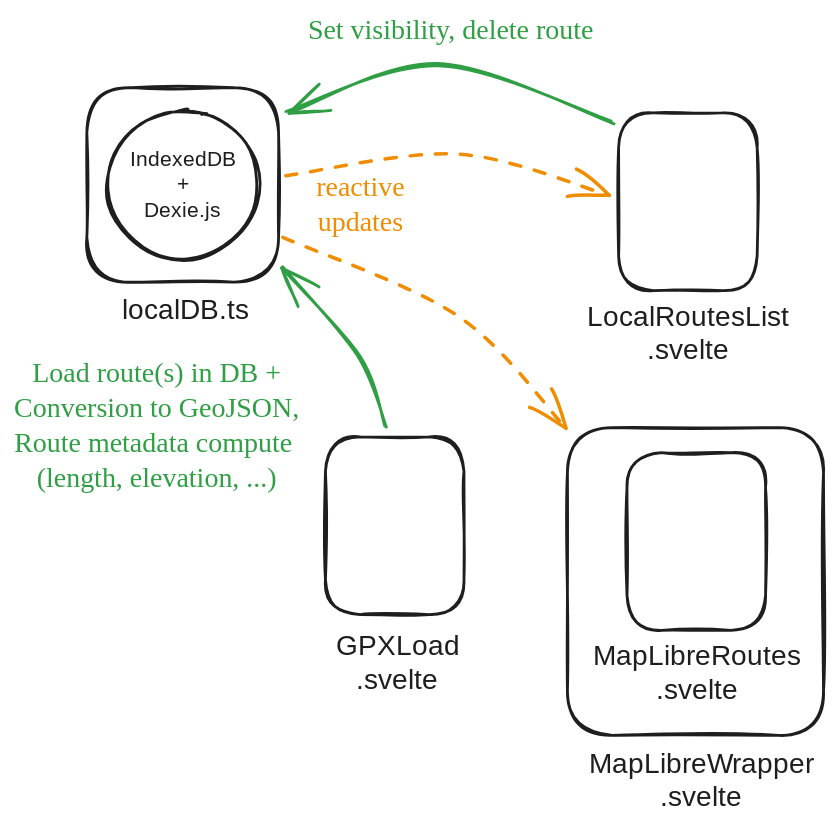
Before: static/dataflow.excalidraw.svg, a diagram exported from Excalidraw (0gust1/svelte-local-gpx-viewer). Source tidied: one line per element, renumbered; positions are measured from the earlier drawing's top-left corner, leaving out a move shared by most shapes. Its diagram source:
```json
{"id": 0, "type": "text", "text": "IndexedDB\n+\nDexie.js", "strokeColor": "#1e1e1e", "strokeWidth": 2, "roughness": 1, "fontSize": 15.11, "fontFamily": 3, "textAlign": "center", "x": 81, "y": 95, "width": 80, "height": 54}
{"id": 1, "type": "ellipse", "strokeColor": "#1e1e1e", "strokeWidth": 2, "roughness": 1, "round": true, "x": 67, "y": 69, "width": 108, "height": 106}
{"id": 2, "type": "rectangle", "strokeColor": "#1e1e1e", "strokeWidth": 2, "roughness": 1, "round": true, "x": 223, "y": 302, "width": 99, "height": 127}
{"id": 3, "type": "text", "text": "GPXLoad\n.svelte", "strokeColor": "#1e1e1e", "strokeWidth": 2, "roughness": 1, "fontSize": 20, "fontFamily": 3, "textAlign": "center", "x": 233, "y": 440, "width": 82, "height": 48}
{"id": 4, "type": "rectangle", "strokeColor": "#1e1e1e", "strokeWidth": 2, "roughness": 1, "round": true, "x": 432, "y": 70, "width": 99, "height": 127}
{"id": 5, "type": "text", "text": "LocalRoutesList\n.svelte", "strokeColor": "#1e1e1e", "strokeWidth": 2, "roughness": 1, "fontSize": 20, "fontFamily": 3, "textAlign": "center", "x": 394, "y": 205, "width": 176, "height": 48}
{"id": 6, "type": "rectangle", "strokeColor": "#1e1e1e", "strokeWidth": 2, "roughness": 1, "round": true, "x": 438, "y": 313, "width": 99, "height": 127}
{"id": 7, "type": "text", "text": "MapLibreRoutes\n.svelte", "strokeColor": "#1e1e1e", "strokeWidth": 2, "roughness": 1, "fontSize": 20, "fontFamily": 3, "textAlign": "center", "x": 406, "y": 447, "width": 164, "height": 48}
{"id": 8, "type": "rectangle", "strokeColor": "#1e1e1e", "strokeWidth": 2, "roughness": 1, "round": true, "x": 395, "y": 295, "width": 183, "height": 220}
{"id": 9, "type": "text", "text": "MapLibreWrapper\n.svelte", "strokeColor": "#1e1e1e", "strokeWidth": 2, "roughness": 1, "fontSize": 20, "fontFamily": 3, "textAlign": "center", "x": 403, "y": 524, "width": 176, "height": 48}
{"id": 10, "type": "arrow", "strokeColor": "#2f9e44", "strokeWidth": 2, "roughness": 1, "endArrowhead": "arrow", "round": true, "from": 2, "to": 17, "x": 266, "y": 295, "width": 74, "height": 113, "points": [[0, 0], [-20, -50], [-74, -113]]}
{"id": 11, "type": "arrow", "strokeColor": "#f08c00", "strokeWidth": 2, "strokeStyle": "dashed", "roughness": 1, "endArrowhead": "arrow", "round": true, "from": 17, "to": 4, "x": 195, "y": 115, "width": 230, "height": 30, "points": [[0, 0], [123, -16], [230, 14]]}
{"id": 12, "type": "arrow", "strokeColor": "#f08c00", "strokeWidth": 2, "strokeStyle": "dashed", "roughness": 1, "endArrowhead": "arrow", "round": true, "from": 17, "to": 8, "x": 193, "y": 159, "width": 202, "height": 137, "points": [[0, 0], [126, 56], [202, 137]]}
{"id": 13, "type": "text", "text": "Load route(s) in DB +\nConversion to GeoJSON,\nRoute metadata compute \n(length, elevation, ...)", "strokeColor": "#2f9e44", "strokeWidth": 2, "strokeStyle": "dashed", "roughness": 1, "fontSize": 20, "fontFamily": 5, "textAlign": "center", "x": 0, "y": 245, "width": 204, "height": 100}
{"id": 14, "type": "arrow", "strokeColor": "#2f9e44", "strokeWidth": 2, "roughness": 1, "endArrowhead": "arrow", "round": true, "from": 4, "to": 17, "x": 427, "y": 78, "width": 232, "height": 42, "points": [[0, 0], [-124, -42], [-232, -8]]}
{"id": 15, "type": "text", "text": "Set visibility, delete route ", "strokeColor": "#2f9e44", "strokeWidth": 2, "roughness": 1, "fontSize": 20, "fontFamily": 5, "textAlign": "center", "x": 210, "y": 0, "width": 209, "height": 25}
{"id": 16, "type": "text", "text": "reactive\nupdates", "strokeColor": "#f08c00", "strokeWidth": 2, "roughness": 1, "fontSize": 20, "fontFamily": 5, "textAlign": "center", "x": 216, "y": 112, "width": 63, "height": 50}
{"id": 17, "type": "rectangle", "strokeColor": "#1e1e1e", "strokeWidth": 2, "roughness": 1, "round": true, "x": 52, "y": 52, "width": 137, "height": 139}
{"id": 18, "type": "text", "text": "localDB.ts", "strokeColor": "#1e1e1e", "strokeWidth": 2, "roughness": 1, "fontSize": 20, "fontFamily": 3, "textAlign": "center", "x": 64, "y": 200, "width": 117, "height": 24}
```
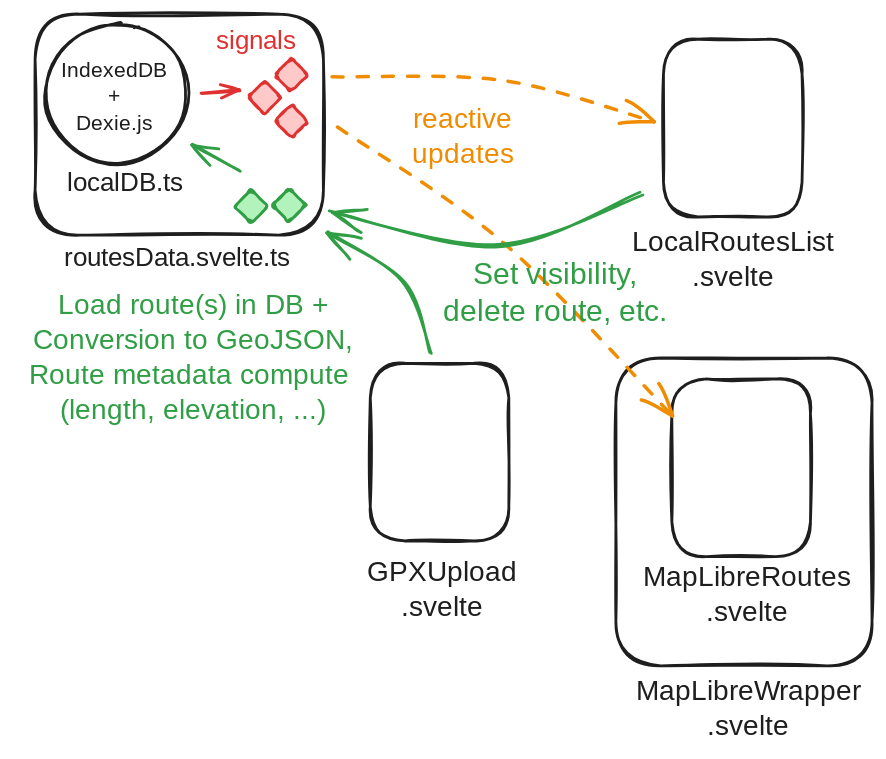
After the commit.

Change to the diagram source:
```diff
@@ -1,19 +1,28 @@
-{"id": 0, "type": "text", "text": "IndexedDB\n+\nDexie.js", "strokeColor": "#1e1e1e", "strokeWidth": 2, "roughness": 1, "fontSize": 15.11, "fontFamily": 3, "textAlign": "center", "x": 81, "y": 95, "width": 80, "height": 54}
+{"id": 0, "type": "text", "text": "IndexedDB\n+\nDexie.js", "strokeColor": "#1e1e1e", "strokeWidth": 2, "roughness": 1, "fontSize": 15.11, "fontFamily": 5, "textAlign": "center", "x": -2, "y": 84, "width": 84, "height": 57}
-{"id": 1, "type": "ellipse", "strokeColor": "#1e1e1e", "strokeWidth": 2, "roughness": 1, "round": true, "x": 67, "y": 69, "width": 108, "height": 106}
+{"id": 1, "type": "ellipse", "strokeColor": "#1e1e1e", "strokeWidth": 2, "roughness": 1, "round": true, "x": -9, "y": 60, "width": 101, "height": 99}
 {"id": 2, "type": "rectangle", "strokeColor": "#1e1e1e", "strokeWidth": 2, "roughness": 1, "round": true, "x": 223, "y": 302, "width": 99, "height": 127}
-{"id": 3, "type": "text", "text": "GPXLoad\n.svelte", "strokeColor": "#1e1e1e", "strokeWidth": 2, "roughness": 1, "fontSize": 20, "fontFamily": 3, "textAlign": "center", "x": 233, "y": 440, "width": 82, "height": 48}
+{"id": 3, "type": "text", "text": "GPXUpload\n.svelte", "strokeColor": "#1e1e1e", "strokeWidth": 2, "roughness": 1, "fontSize": 20, "fontFamily": 5, "textAlign": "center", "x": 220, "y": 440, "width": 109, "height": 50}
 {"id": 4, "type": "rectangle", "strokeColor": "#1e1e1e", "strokeWidth": 2, "roughness": 1, "round": true, "x": 432, "y": 70, "width": 99, "height": 127}
-{"id": 5, "type": "text", "text": "LocalRoutesList\n.svelte", "strokeColor": "#1e1e1e", "strokeWidth": 2, "roughness": 1, "fontSize": 20, "fontFamily": 3, "textAlign": "center", "x": 394, "y": 205, "width": 176, "height": 48}
+{"id": 5, "type": "text", "text": "LocalRoutesList\n.svelte", "strokeColor": "#1e1e1e", "strokeWidth": 2, "roughness": 1, "fontSize": 20, "fontFamily": 5, "textAlign": "center", "x": 401, "y": 204, "width": 160, "height": 50}
 {"id": 6, "type": "rectangle", "strokeColor": "#1e1e1e", "strokeWidth": 2, "roughness": 1, "round": true, "x": 438, "y": 313, "width": 99, "height": 127}
-{"id": 7, "type": "text", "text": "MapLibreRoutes\n.svelte", "strokeColor": "#1e1e1e", "strokeWidth": 2, "roughness": 1, "fontSize": 20, "fontFamily": 3, "textAlign": "center", "x": 406, "y": 447, "width": 164, "height": 48}
+{"id": 7, "type": "text", "text": "MapLibreRoutes\n.svelte", "strokeColor": "#1e1e1e", "strokeWidth": 2, "roughness": 1, "fontSize": 20, "fontFamily": 5, "textAlign": "center", "x": 413, "y": 444, "width": 157, "height": 50}
-{"id": 8, "type": "rectangle", "strokeColor": "#1e1e1e", "strokeWidth": 2, "roughness": 1, "round": true, "x": 395, "y": 295, "width": 183, "height": 220}
+{"id": 8, "type": "rectangle", "strokeColor": "#1e1e1e", "strokeWidth": 2, "roughness": 1, "round": true, "x": 398, "y": 298, "width": 183, "height": 220}
-{"id": 9, "type": "text", "text": "MapLibreWrapper\n.svelte", "strokeColor": "#1e1e1e", "strokeWidth": 2, "roughness": 1, "fontSize": 20, "fontFamily": 3, "textAlign": "center", "x": 403, "y": 524, "width": 176, "height": 48}
+{"id": 9, "type": "text", "text": "MapLibreWrapper\n.svelte", "strokeColor": "#1e1e1e", "strokeWidth": 2, "roughness": 1, "fontSize": 20, "fontFamily": 5, "textAlign": "center", "x": 413, "y": 525, "width": 159, "height": 50}
-{"id": 10, "type": "arrow", "strokeColor": "#2f9e44", "strokeWidth": 2, "roughness": 1, "endArrowhead": "arrow", "round": true, "from": 2, "to": 17, "x": 266, "y": 295, "width": 74, "height": 113, "points": [[0, 0], [-20, -50], [-74, -113]]}
+{"id": 10, "type": "arrow", "strokeColor": "#2f9e44", "strokeWidth": 2, "roughness": 1, "endArrowhead": "arrow", "round": true, "from": 2, "to": 19, "x": 266, "y": 294, "width": 73, "height": 85, "points": [[0, 0], [-20, -50], [-73, -85]]}
-{"id": 11, "type": "arrow", "strokeColor": "#f08c00", "strokeWidth": 2, "strokeStyle": "dashed", "roughness": 1, "endArrowhead": "arrow", "round": true, "from": 17, "to": 4, "x": 195, "y": 115, "width": 230, "height": 30, "points": [[0, 0], [123, -16], [230, 14]]}
+{"id": 11, "type": "arrow", "strokeColor": "#f08c00", "strokeWidth": 2, "strokeStyle": "dashed", "roughness": 1, "endArrowhead": "arrow", "round": true, "from": 17, "to": 4, "x": 196, "y": 96, "width": 229, "height": 33, "points": [[0, 0], [122, 3], [229, 33]]}
-{"id": 12, "type": "arrow", "strokeColor": "#f08c00", "strokeWidth": 2, "strokeStyle": "dashed", "roughness": 1, "endArrowhead": "arrow", "round": true, "from": 17, "to": 8, "x": 193, "y": 159, "width": 202, "height": 137, "points": [[0, 0], [126, 56], [202, 137]]}
+{"id": 12, "type": "arrow", "strokeColor": "#f08c00", "strokeWidth": 2, "strokeStyle": "dashed", "roughness": 1, "endArrowhead": "arrow", "round": true, "from": 17, "to": 6, "x": 200, "y": 133, "width": 239, "height": 207, "points": [[0, 0], [119, 82], [239, 207]]}
-{"id": 13, "type": "text", "text": "Load route(s) in DB +\nConversion to GeoJSON,\nRoute metadata compute \n(length, elevation, ...)", "strokeColor": "#2f9e44", "strokeWidth": 2, "strokeStyle": "dashed", "roughness": 1, "fontSize": 20, "fontFamily": 5, "textAlign": "center", "x": 0, "y": 245, "width": 204, "height": 100}
+{"id": 13, "type": "text", "text": "Load route(s) in DB +\nConversion to GeoJSON,\nRoute metadata compute \n(length, elevation, ...)", "strokeColor": "#2f9e44", "strokeWidth": 2, "strokeStyle": "dashed", "roughness": 1, "fontSize": 20, "fontFamily": 5, "textAlign": "center", "x": -32, "y": 249, "width": 255, "height": 100}
-{"id": 14, "type": "arrow", "strokeColor": "#2f9e44", "strokeWidth": 2, "roughness": 1, "endArrowhead": "arrow", "round": true, "from": 4, "to": 17, "x": 427, "y": 78, "width": 232, "height": 42, "points": [[0, 0], [-124, -42], [-232, -8]]}
+{"id": 14, "type": "arrow", "strokeColor": "#2f9e44", "strokeWidth": 2, "roughness": 1, "endArrowhead": "arrow", "round": true, "from": 4, "to": 17, "x": 416, "y": 181, "width": 221, "height": 37, "points": [[0, 0], [-102, 37], [-221, 12]]}
-{"id": 15, "type": "text", "text": "Set visibility, delete route ", "strokeColor": "#2f9e44", "strokeWidth": 2, "roughness": 1, "fontSize": 20, "fontFamily": 5, "textAlign": "center", "x": 210, "y": 0, "width": 209, "height": 25}
+{"id": 15, "type": "text", "text": "Set visibility, \ndelete route, etc. ", "strokeColor": "#2f9e44", "strokeWidth": 2, "roughness": 1, "fontSize": 21.2, "fontFamily": 5, "textAlign": "center", "x": 262, "y": 227, "width": 190, "height": 53}
-{"id": 16, "type": "text", "text": "reactive\nupdates", "strokeColor": "#f08c00", "strokeWidth": 2, "roughness": 1, "fontSize": 20, "fontFamily": 5, "textAlign": "center", "x": 216, "y": 112, "width": 63, "height": 50}
+{"id": 16, "type": "text", "text": "reactive\nupdates", "strokeColor": "#f08c00", "strokeWidth": 2, "roughness": 1, "fontSize": 20, "fontFamily": 5, "textAlign": "center", "x": 249, "y": 116, "width": 79, "height": 50}
-{"id": 17, "type": "rectangle", "strokeColor": "#1e1e1e", "strokeWidth": 2, "roughness": 1, "round": true, "x": 52, "y": 52, "width": 137, "height": 139}
+{"id": 17, "type": "rectangle", "strokeColor": "#1e1e1e", "strokeWidth": 2, "roughness": 1, "round": true, "x": -17, "y": 52, "width": 206, "height": 158}
-{"id": 18, "type": "text", "text": "localDB.ts", "strokeColor": "#1e1e1e", "strokeWidth": 2, "roughness": 1, "fontSize": 20, "fontFamily": 3, "textAlign": "center", "x": 64, "y": 200, "width": 117, "height": 24}
+{"id": 18, "type": "text", "text": "localDB.ts", "strokeColor": "#1e1e1e", "strokeWidth": 2, "roughness": 1, "fontSize": 18.4, "fontFamily": 5, "textAlign": "center", "x": 1, "y": 163, "width": 93, "height": 23}
+{"id": 19, "type": "text", "text": "routesData.svelte.ts", "strokeColor": "#1e1e1e", "strokeWidth": 2, "roughness": 1, "fontSize": 18.4, "fontFamily": 5, "textAlign": "center", "x": -11, "y": 216, "width": 190, "height": 23}
+{"id": 20, "type": "diamond", "strokeColor": "#e03131", "backgroundColor": "#ffc9c9", "fillStyle": "solid", "strokeWidth": 2, "roughness": 1, "round": true, "x": 154, "y": 84, "width": 24, "height": 24}
+{"id": 21, "type": "diamond", "strokeColor": "#e03131", "backgroundColor": "#ffc9c9", "fillStyle": "solid", "strokeWidth": 2, "roughness": 1, "round": true, "x": 154, "y": 117, "width": 24, "height": 24}
+{"id": 22, "type": "diamond", "strokeColor": "#e03131", "backgroundColor": "#ffc9c9", "fillStyle": "solid", "strokeWidth": 2, "roughness": 1, "round": true, "x": 135, "y": 100, "width": 24, "height": 24}
+{"id": 23, "type": "text", "text": "signals", "strokeColor": "#e03131", "strokeWidth": 2, "roughness": 1, "fontSize": 18.4, "fontFamily": 5, "textAlign": "center", "x": 110, "y": 62, "width": 60, "height": 23}
+{"id": 24, "type": "diamond", "strokeColor": "#2f9e44", "backgroundColor": "#b2f2bb", "fillStyle": "solid", "strokeWidth": 2, "roughness": 1, "round": true, "x": 126, "y": 178, "width": 24, "height": 24}
+{"id": 25, "type": "diamond", "strokeColor": "#2f9e44", "backgroundColor": "#b2f2bb", "fillStyle": "solid", "strokeWidth": 2, "roughness": 1, "round": true, "x": 153, "y": 177, "width": 24, "height": 24}
+{"id": 26, "type": "arrow", "strokeColor": "#2f9e44", "backgroundColor": "#b2f2bb", "fillStyle": "solid", "strokeWidth": 2, "roughness": 1, "endArrowhead": "arrow", "round": true, "from": 24, "to": 1, "x": 130, "y": 165, "width": 34, "height": 19, "points": [[0, 0], [-34, -19]]}
+{"id": 27, "type": "arrow", "strokeColor": "#e03131", "backgroundColor": "#b2f2bb", "fillStyle": "solid", "strokeWidth": 2, "roughness": 1, "endArrowhead": "arrow", "round": true, "from": 1, "to": 22, "x": 102, "y": 109, "width": 28, "height": 2, "points": [[0, 0], [28, -2]]}
```
